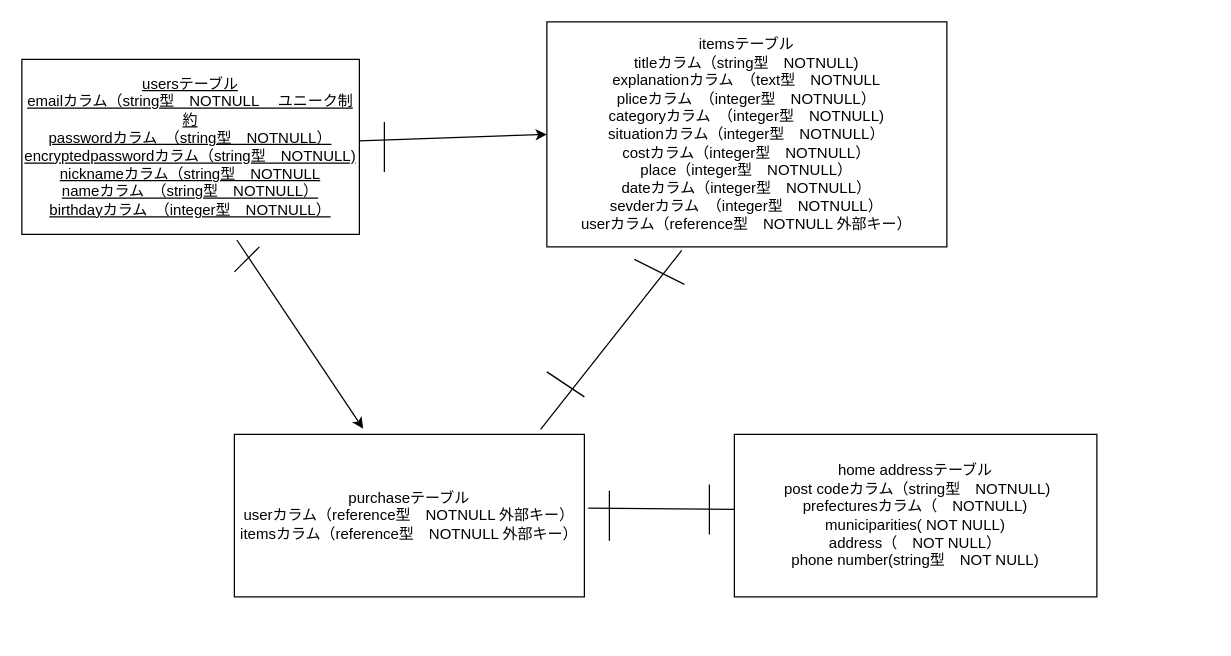
Above: test.dio in abe227/furima-38620 (draw.io), before the change. Source tidied: cells renumbered, new cells numbered last; positions are measured from the earlier drawing's top-left corner, leaving out a move shared by most shapes. Both pictures are drawn from the tidied source at 125%, with x=0, y=0 at pixel (21, 21).
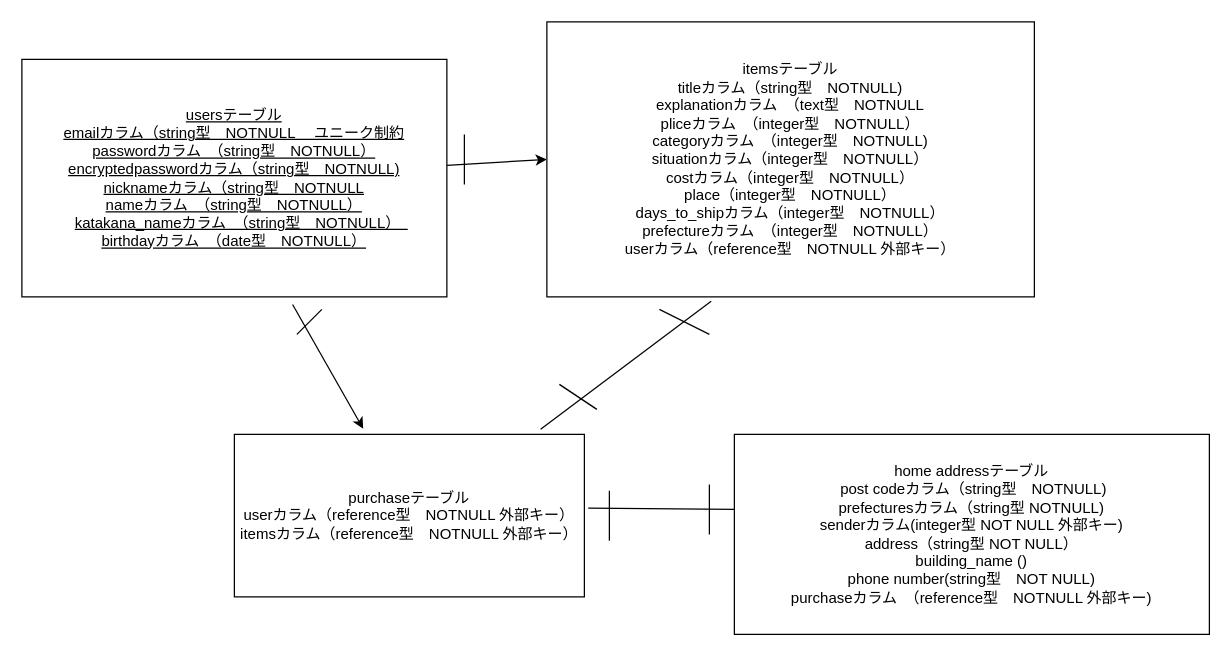
The same diagram, later.

What changed in the source:
```diff
@@
-    <mxCell id="3" value="&lt;u&gt;usersテーブル&lt;br&gt;emailカラム（string型　NOTNULL 　ユニーク制約&lt;br&gt;passwordカラム　（string型　NOTNULL）&lt;br&gt;encryptedpasswordカラム（string型　NOTNULL)&lt;br&gt;nicknameカラム（string型　NOTNULL&lt;br&gt;nameカラム　（string型　NOTNULL）&lt;br&gt;birthdayカラム　（integer型　NOTNULL）&lt;br&gt;&lt;/u&gt;" style="rounded=0;whiteSpace=wrap;html=1;" parent="1" vertex="1">
-      <mxGeometry y="30" width="270" height="140" as="geometry" />
+    <mxCell id="3" value="&lt;u&gt;usersテーブル&lt;br&gt;emailカラム（string型　NOTNULL 　ユニーク制約&lt;br&gt;passwordカラム　（string型　NOTNULL）&lt;br&gt;encryptedpasswordカラム（string型　NOTNULL)&lt;br&gt;nicknameカラム（string型　NOTNULL&lt;br&gt;nameカラム　（string型　NOTNULL）&lt;br&gt;katakana_nameカラム　（string型　NOTNULL）　&lt;br&gt;birthdayカラム　（date型　NOTNULL）&lt;br&gt;&lt;/u&gt;" style="rounded=0;whiteSpace=wrap;html=1;" parent="1" vertex="1">
+      <mxGeometry y="30" width="340" height="190" as="geometry" />
     </mxCell>
-    <mxCell id="4" value="itemsテーブル&lt;br&gt;titleカラム（string型　NOTNULL)&lt;br&gt;explanationカラム　（text型　NOTNULL&lt;br&gt;pliceカラム　（integer型　NOTNULL）&lt;br&gt;categoryカラム　（integer型&lt;span&gt;　NOTNULL)&lt;/span&gt;&lt;br&gt;situationカラム（integer型　NOTNULL）&lt;br&gt;costカラム（integer型　NOTNULL）&lt;br&gt;place（integer型　NOTNULL）&lt;br&gt;dateカラム（integer型　NOTNULL）&lt;br&gt;sevderカラム　（integer型　NOTNULL）&lt;br&gt;userカラム（reference型　NOTNULL 外部キー）" style="rounded=0;whiteSpace=wrap;html=1;" parent="1" vertex="1">
-      <mxGeometry x="420" width="320" height="180" as="geometry" />
+    <mxCell id="4" value="itemsテーブル&lt;br&gt;titleカラム（string型　NOTNULL)&lt;br&gt;explanationカラム　（text型　NOTNULL&lt;br&gt;pliceカラム　（integer型　NOTNULL）&lt;br&gt;categoryカラム　（integer型&lt;span&gt;　NOTNULL)&lt;/span&gt;&lt;br&gt;situationカラム（integer型　NOTNULL）&lt;br&gt;costカラム（integer型　NOTNULL）&lt;br&gt;place（integer型　NOTNULL）&lt;br&gt;days_to_shipカラム（integer型　NOTNULL）&lt;br&gt;prefectureカラム　（integer型　NOTNULL）&lt;br&gt;userカラム（reference型　NOTNULL 外部キー）" style="rounded=0;whiteSpace=wrap;html=1;" parent="1" vertex="1">
+      <mxGeometry x="420" width="390" height="220" as="geometry" />
     </mxCell>
@@
-    <mxCell id="6" value="&lt;span&gt;home addressテーブル&lt;/span&gt;&lt;br&gt;&lt;span&gt;&amp;nbsp;post codeカラム（string型　NOTNULL)&lt;/span&gt;&lt;br&gt;&lt;span&gt;prefecturesカラム（　NOTNULL)&lt;/span&gt;&lt;br&gt;&lt;span&gt;municiparities( NOT NULL)&lt;/span&gt;&lt;br&gt;&lt;span&gt;address（　NOT NULL）&lt;/span&gt;&lt;br&gt;&lt;span&gt;phone number(string型　NOT NULL)&lt;/span&gt;" style="rounded=0;whiteSpace=wrap;html=1;" parent="1" vertex="1">
-      <mxGeometry x="570" y="330" width="290" height="130" as="geometry" />
+    <mxCell id="6" value="&lt;span&gt;home addressテーブル&lt;/span&gt;&lt;br&gt;&lt;span&gt;&amp;nbsp;post codeカラム（string型　NOTNULL)&lt;/span&gt;&lt;br&gt;&lt;span&gt;prefecturesカラム（&lt;/span&gt;string型&amp;nbsp;&lt;span&gt;NOTNULL)&lt;/span&gt;&lt;br&gt;&lt;span&gt;senderカラム(integer型 NOT NULL 外部キー)&lt;/span&gt;&lt;br&gt;&lt;span&gt;address（&lt;/span&gt;string型&amp;nbsp;&lt;span&gt;NOT NULL）&lt;br&gt;&lt;/span&gt;building_name ()&lt;br&gt;&lt;span&gt;phone number(string型　NOT NULL)&lt;br&gt;purchaseカラム　（&lt;/span&gt;reference型　NOTNULL 外部キー)&lt;span&gt;&lt;br&gt;&lt;/span&gt;" style="rounded=0;whiteSpace=wrap;html=1;" parent="1" vertex="1">
+      <mxGeometry x="570" y="330" width="380" height="160" as="geometry" />
     </mxCell>
     <mxCell id="7" style="endArrow=none;html=1;rounded=0;" parent="1" edge="1">
       <mxGeometry relative="1" as="geometry">
-        <mxPoint x="290" y="120" as="sourcePoint" />
-        <mxPoint x="290" y="80" as="targetPoint" />
+        <mxPoint x="354" y="130" as="sourcePoint" />
+        <mxPoint x="354" y="90" as="targetPoint" />
       </mxGeometry>
     </mxCell>
@@
     <mxCell id="9" style="endArrow=none;html=1;" parent="1" edge="1">
       <mxGeometry relative="1" as="geometry">
-        <mxPoint x="530" y="210" as="sourcePoint" />
-        <mxPoint x="490" y="190" as="targetPoint" />
+        <mxPoint x="550" y="250" as="sourcePoint" />
+        <mxPoint x="510" y="230" as="targetPoint" />
       </mxGeometry>
     </mxCell>
     <mxCell id="10" style="endArrow=none;html=1;" parent="1" edge="1">
       <mxGeometry relative="1" as="geometry">
-        <mxPoint x="420" y="280" as="sourcePoint" />
-        <mxPoint x="450" y="300" as="targetPoint" />
+        <mxPoint x="430" y="290" as="sourcePoint" />
+        <mxPoint x="460" y="310" as="targetPoint" />
       </mxGeometry>
     </mxCell>
@@
     <mxCell id="12" style="endArrow=none;html=1;" parent="1" edge="1">
       <mxGeometry relative="1" as="geometry">
-        <mxPoint x="170" y="200" as="sourcePoint" />
-        <mxPoint x="190" y="180" as="targetPoint" />
+        <mxPoint x="220" y="250" as="sourcePoint" />
+        <mxPoint x="240" y="230" as="targetPoint" />
+        <Array as="points">
+          <mxPoint x="230" y="240" />
+        </Array>
       </mxGeometry>
     </mxCell>
```
